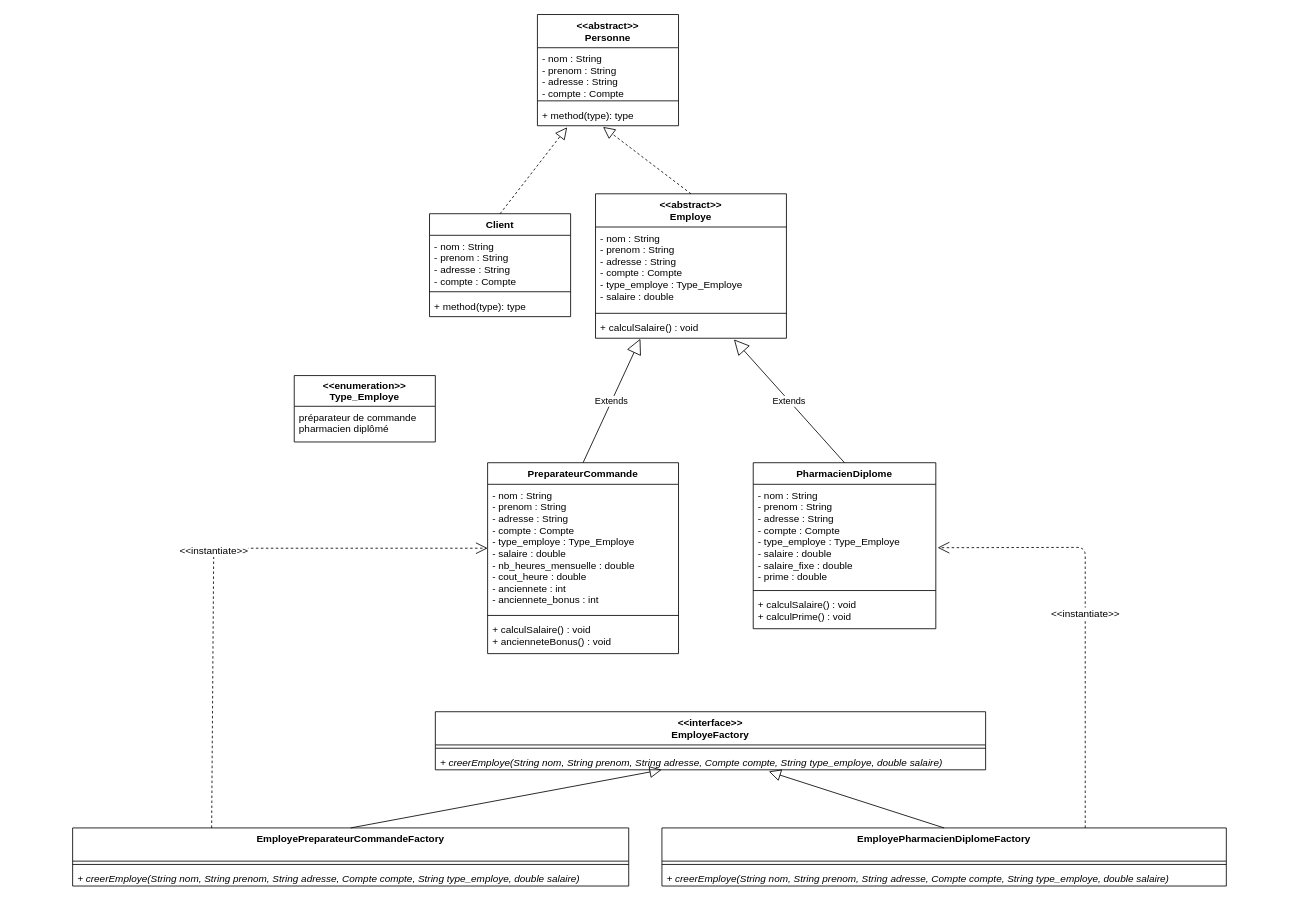
Before: src/diagrams/Personne.drawio in uapv1705019/Projet-Design-Pattern-Avance, a draw.io diagram. Source tidied: cells renumbered, new cells numbered last; positions are measured from the earlier drawing's top-left corner, leaving out a move shared by most shapes. Both pictures are drawn from the tidied source at 83%, with x=0, y=0 at pixel (72, 14).
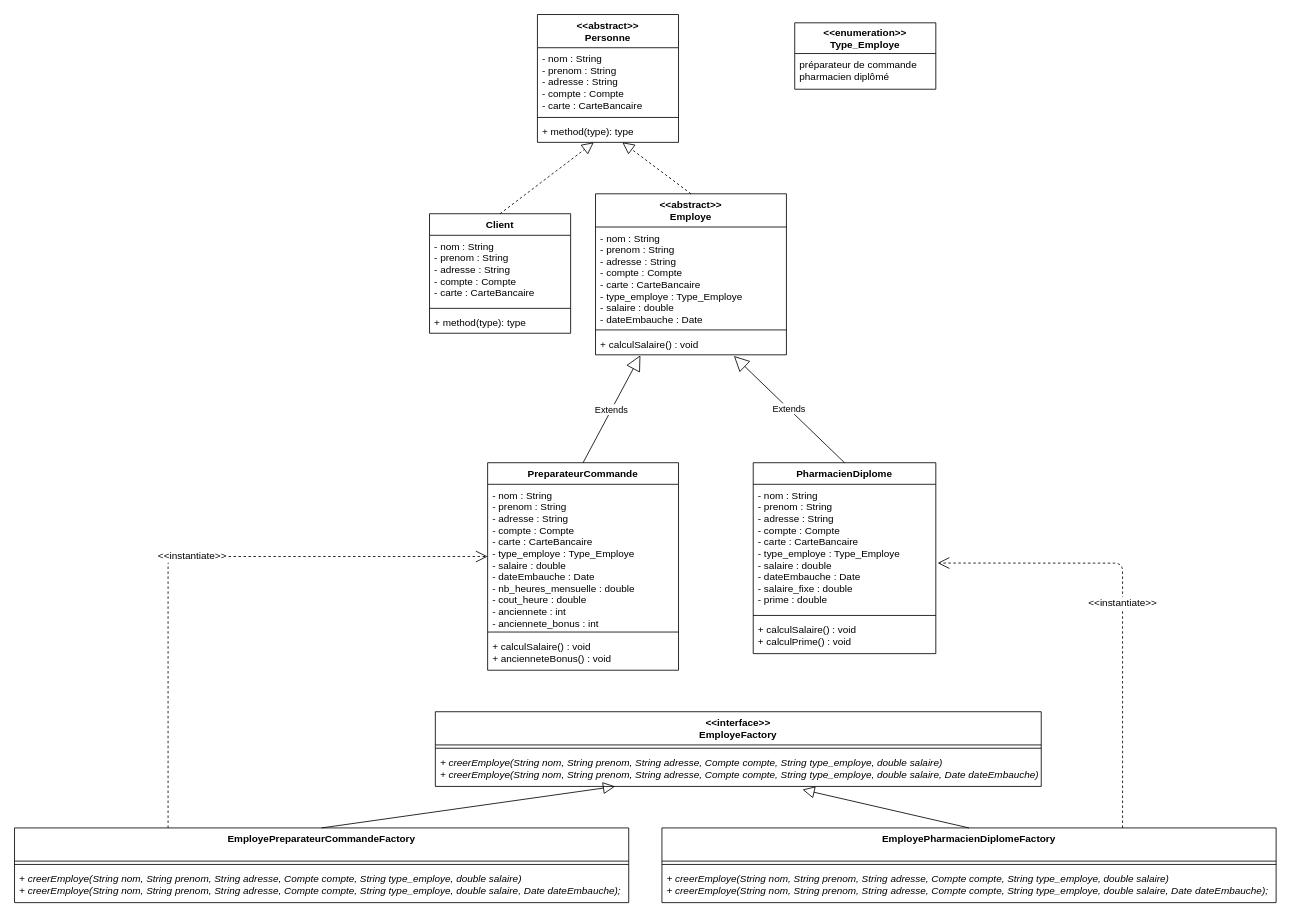
After the change.

Commit message (it also covers changes not shown here):
updated UML diagrams

The edit, as a diff of the source:
```diff
@@
     <mxCell id="2" value="&lt;&lt;abstract&gt;&gt;&#10;Personne" style="swimlane;fontStyle=1;align=center;verticalAlign=top;horizontal=1;startSize=40;" parent="1" vertex="1">
-      <mxGeometry x="560" width="170" height="134" as="geometry" />
+      <mxGeometry x="560" width="170" height="154" as="geometry" />
     </mxCell>
-    <mxCell id="3" value="- nom : String&#10;- prenom : String&#10;- adresse : String&#10;- compte : Compte&#10;" style="text;strokeColor=none;fillColor=none;align=left;verticalAlign=top;spacingLeft=4;spacingRight=4;overflow=hidden;" parent="2" vertex="1">
-      <mxGeometry y="40" width="170" height="60" as="geometry" />
+    <mxCell id="3" value="- nom : String&#10;- prenom : String&#10;- adresse : String&#10;- compte : Compte&#10;- carte : CarteBancaire&#10;" style="text;strokeColor=none;fillColor=none;align=left;verticalAlign=top;spacingLeft=4;spacingRight=4;overflow=hidden;" parent="2" vertex="1">
+      <mxGeometry y="40" width="170" height="80" as="geometry" />
     </mxCell>
     <mxCell id="4" style="line;strokeWidth=1;fillColor=none;align=left;verticalAlign=middle;spacingTop=-1;spacingLeft=3;spacingRight=3;labelPosition=right;" parent="2" vertex="1">
-      <mxGeometry y="100" width="170" height="8" as="geometry" />
+      <mxGeometry y="120" width="170" height="8" as="geometry" />
     </mxCell>
     <mxCell id="5" value="+ method(type): type" style="text;strokeColor=none;fillColor=none;align=left;verticalAlign=top;spacingLeft=4;spacingRight=4;overflow=hidden;points=[[0,0.5],[1,0.5]];portConstraint=eastwest;" parent="2" vertex="1">
-      <mxGeometry y="108" width="170" height="26" as="geometry" />
+      <mxGeometry y="128" width="170" height="26" as="geometry" />
     </mxCell>
     <mxCell id="6" value="&lt;&lt;abstract&gt;&gt;&#10;Employe" style="swimlane;fontStyle=1;align=center;verticalAlign=top;horizontal=1;startSize=40;" parent="1" vertex="1">
-      <mxGeometry x="630" y="216" width="230" height="174" as="geometry" />
+      <mxGeometry x="630" y="216" width="230" height="194" as="geometry" />
     </mxCell>
-    <mxCell id="7" value="- nom : String&#10;- prenom : String&#10;- adresse : String&#10;- compte : Compte&#10;- type_employe : Type_Employe&#10;- salaire : double" style="text;strokeColor=none;fillColor=none;align=left;verticalAlign=top;spacingLeft=4;spacingRight=4;overflow=hidden;" parent="6" vertex="1">
-      <mxGeometry y="40" width="230" height="100" as="geometry" />
+    <mxCell id="7" value="- nom : String&#10;- prenom : String&#10;- adresse : String&#10;- compte : Compte&#10;- carte : CarteBancaire&#10;- type_employe : Type_Employe&#10;- salaire : double&#10;- dateEmbauche : Date" style="text;strokeColor=none;fillColor=none;align=left;verticalAlign=top;spacingLeft=4;spacingRight=4;overflow=hidden;" parent="6" vertex="1">
+      <mxGeometry y="40" width="230" height="120" as="geometry" />
     </mxCell>
     <mxCell id="8" style="line;strokeWidth=1;fillColor=none;align=left;verticalAlign=middle;spacingTop=-1;spacingLeft=3;spacingRight=3;labelPosition=right;" parent="6" vertex="1">
-      <mxGeometry y="140" width="230" height="8" as="geometry" />
+      <mxGeometry y="160" width="230" height="8" as="geometry" />
     </mxCell>
     <mxCell id="9" value="+ calculSalaire() : void" style="text;strokeColor=none;fillColor=none;align=left;verticalAlign=top;spacingLeft=4;spacingRight=4;overflow=hidden;points=[[0,0.5],[1,0.5]];portConstraint=eastwest;" parent="6" vertex="1">
-      <mxGeometry y="148" width="230" height="26" as="geometry" />
+      <mxGeometry y="168" width="230" height="26" as="geometry" />
     </mxCell>
     <mxCell id="10" value="PharmacienDiplome" style="swimlane;fontStyle=1;align=center;verticalAlign=top;horizontal=1;startSize=26;" parent="1" vertex="1">
-      <mxGeometry x="820" y="540" width="220" height="200" as="geometry" />
+      <mxGeometry x="820" y="540" width="220" height="230" as="geometry" />
     </mxCell>
-    <mxCell id="11" value="- nom : String&#10;- prenom : String&#10;- adresse : String&#10;- compte : Compte&#10;- type_employe : Type_Employe&#10;- salaire : double&#10;- salaire_fixe : double&#10;- prime : double" style="text;strokeColor=none;fillColor=none;align=left;verticalAlign=top;spacingLeft=4;spacingRight=4;overflow=hidden;points=[[0,0.5],[1,0.5]];portConstraint=eastwest;" parent="10" vertex="1">
-      <mxGeometry y="26" width="220" height="124" as="geometry" />
+    <mxCell id="11" value="- nom : String&#10;- prenom : String&#10;- adresse : String&#10;- compte : Compte&#10;- carte : CarteBancaire&#10;- type_employe : Type_Employe&#10;- salaire : double&#10;- dateEmbauche : Date&#10;- salaire_fixe : double&#10;- prime : double" style="text;strokeColor=none;fillColor=none;align=left;verticalAlign=top;spacingLeft=4;spacingRight=4;overflow=hidden;points=[[0,0.5],[1,0.5]];portConstraint=eastwest;" parent="10" vertex="1">
+      <mxGeometry y="26" width="220" height="154" as="geometry" />
     </mxCell>
     <mxCell id="12" style="line;strokeWidth=1;fillColor=none;align=left;verticalAlign=middle;spacingTop=-1;spacingLeft=3;spacingRight=3;labelPosition=right;" parent="10" vertex="1">
-      <mxGeometry y="150" width="220" height="8" as="geometry" />
+      <mxGeometry y="180" width="220" height="8" as="geometry" />
     </mxCell>
     <mxCell id="13" value="+ calculSalaire() : void&#10;+ calculPrime() : void" style="text;strokeColor=none;fillColor=none;align=left;verticalAlign=top;spacingLeft=4;spacingRight=4;overflow=hidden;" parent="10" vertex="1">
-      <mxGeometry y="158" width="220" height="42" as="geometry" />
+      <mxGeometry y="188" width="220" height="42" as="geometry" />
     </mxCell>
     <mxCell id="14" value="PreparateurCommande" style="swimlane;fontStyle=1;align=center;verticalAlign=top;horizontal=1;startSize=26;" parent="1" vertex="1">
-      <mxGeometry x="500" y="540" width="230" height="230" as="geometry" />
+      <mxGeometry x="500" y="540" width="230" height="250" as="geometry" />
     </mxCell>
-    <mxCell id="15" value="- nom : String&#10;- prenom : String&#10;- adresse : String&#10;- compte : Compte&#10;- type_employe : Type_Employe&#10;- salaire : double&#10;- nb_heures_mensuelle : double&#10;- cout_heure : double&#10;- anciennete : int&#10;- anciennete_bonus : int" style="text;strokeColor=none;fillColor=none;align=left;verticalAlign=top;spacingLeft=4;spacingRight=4;overflow=hidden;points=[[0,0.5],[1,0.5]];portConstraint=eastwest;" parent="14" vertex="1">
-      <mxGeometry y="26" width="230" height="154" as="geometry" />
+    <mxCell id="15" value="- nom : String&#10;- prenom : String&#10;- adresse : String&#10;- compte : Compte&#10;- carte : CarteBancaire&#10;- type_employe : Type_Employe&#10;- salaire : double&#10;- dateEmbauche : Date&#10;- nb_heures_mensuelle : double&#10;- cout_heure : double&#10;- anciennete : int&#10;- anciennete_bonus : int" style="text;strokeColor=none;fillColor=none;align=left;verticalAlign=top;spacingLeft=4;spacingRight=4;overflow=hidden;points=[[0,0.5],[1,0.5]];portConstraint=eastwest;" parent="14" vertex="1">
+      <mxGeometry y="26" width="230" height="174" as="geometry" />
     </mxCell>
     <mxCell id="16" style="line;strokeWidth=1;fillColor=none;align=left;verticalAlign=middle;spacingTop=-1;spacingLeft=3;spacingRight=3;labelPosition=right;" parent="14" vertex="1">
-      <mxGeometry y="180" width="230" height="8" as="geometry" />
+      <mxGeometry y="200" width="230" height="8" as="geometry" />
     </mxCell>
     <mxCell id="17" value="+ calculSalaire() : void&#10;+ ancienneteBonus() : void" style="text;strokeColor=none;fillColor=none;align=left;verticalAlign=top;spacingLeft=4;spacingRight=4;overflow=hidden;" parent="14" vertex="1">
-      <mxGeometry y="188" width="230" height="42" as="geometry" />
+      <mxGeometry y="208" width="230" height="42" as="geometry" />
     </mxCell>
@@
-    <mxCell id="20" style="endArrow=block;dashed=1;endFill=0;endSize=12;html=1;exitX=0.5;exitY=0;exitDx=0;exitDy=0;entryX=0.465;entryY=1.054;entryDx=0;entryDy=0;entryPerimeter=0;" parent="1" edge="1" source="6" target="5">
+    <mxCell id="20" style="endArrow=block;dashed=1;endFill=0;endSize=12;html=1;exitX=0.5;exitY=0;exitDx=0;exitDy=0;" parent="1" edge="1" source="6" target="5">
       <mxGeometry relative="1" as="geometry" />
     </mxCell>
     <mxCell id="21" value="&lt;&lt;enumeration&gt;&gt;&#10;Type_Employe" style="swimlane;fontStyle=1;horizontal=1;startSize=37;fillColor=none;" parent="1" vertex="1">
-      <mxGeometry x="267" y="435" width="170" height="80" as="geometry" />
+      <mxGeometry x="870" y="10" width="170" height="80" as="geometry" />
     </mxCell>
@@
     <mxCell id="23" value="Client" style="swimlane;fontStyle=1;align=center;verticalAlign=top;horizontal=1;startSize=26;" parent="1" vertex="1">
-      <mxGeometry x="430" y="240" width="170" height="124" as="geometry" />
+      <mxGeometry x="430" y="240" width="170" height="144" as="geometry" />
     </mxCell>
-    <mxCell id="24" value="- nom : String&#10;- prenom : String&#10;- adresse : String&#10;- compte : Compte" style="text;strokeColor=none;fillColor=none;align=left;verticalAlign=top;spacingLeft=4;spacingRight=4;overflow=hidden;" parent="23" vertex="1">
-      <mxGeometry y="26" width="170" height="64" as="geometry" />
+    <mxCell id="24" value="- nom : String&#10;- prenom : String&#10;- adresse : String&#10;- compte : Compte&#10;- carte : CarteBancaire&#10;" style="text;strokeColor=none;fillColor=none;align=left;verticalAlign=top;spacingLeft=4;spacingRight=4;overflow=hidden;" parent="23" vertex="1">
+      <mxGeometry y="26" width="170" height="84" as="geometry" />
     </mxCell>
     <mxCell id="25" style="line;strokeWidth=1;fillColor=none;align=left;verticalAlign=middle;spacingTop=-1;spacingLeft=3;spacingRight=3;labelPosition=right;" parent="23" vertex="1">
-      <mxGeometry y="90" width="170" height="8" as="geometry" />
+      <mxGeometry y="110" width="170" height="8" as="geometry" />
     </mxCell>
     <mxCell id="26" value="+ method(type): type" style="text;strokeColor=none;fillColor=none;align=left;verticalAlign=top;spacingLeft=4;spacingRight=4;overflow=hidden;" parent="23" vertex="1">
-      <mxGeometry y="98" width="170" height="26" as="geometry" />
+      <mxGeometry y="118" width="170" height="26" as="geometry" />
     </mxCell>
-    <mxCell id="27" style="endArrow=block;dashed=1;endFill=0;endSize=12;html=1;exitX=0.5;exitY=0;exitDx=0;exitDy=0;entryX=0.211;entryY=1.069;entryDx=0;entryDy=0;entryPerimeter=0;" parent="1" edge="1" source="23" target="5">
+    <mxCell id="27" style="endArrow=block;dashed=1;endFill=0;endSize=12;html=1;exitX=0.5;exitY=0;exitDx=0;exitDy=0;" parent="1" edge="1" source="23" target="5">
       <mxGeometry relative="1" as="geometry" />
     </mxCell>
     <mxCell id="28" value="&lt;&lt;interface&gt;&gt;&#10;EmployeFactory" style="swimlane;fontStyle=1;align=center;verticalAlign=top;horizontal=1;startSize=40;fontSize=12;" parent="1" vertex="1">
-      <mxGeometry x="437" y="840" width="663" height="70" as="geometry" />
+      <mxGeometry x="437" y="840" width="730" height="90" as="geometry" />
     </mxCell>
     <mxCell id="29" style="line;strokeWidth=1;fillColor=none;align=left;verticalAlign=middle;spacingTop=-1;spacingLeft=3;spacingRight=3;labelPosition=right;" parent="28" vertex="1">
-      <mxGeometry y="40" width="663" height="8" as="geometry" />
+      <mxGeometry y="40" width="730" height="8" as="geometry" />
     </mxCell>
-    <mxCell id="30" value="+ creerEmploye(String nom, String prenom, String adresse, Compte compte, String type_employe, double salaire)" style="text;strokeColor=none;fillColor=none;align=left;verticalAlign=top;spacingLeft=4;spacingRight=4;overflow=hidden;points=[[0,0.5],[1,0.5]];portConstraint=eastwest;fontStyle=2;" parent="28" vertex="1">
-      <mxGeometry y="48" width="663" height="22" as="geometry" />
+    <mxCell id="30" value="+ creerEmploye(String nom, String prenom, String adresse, Compte compte, String type_employe, double salaire)&#10;+ creerEmploye(String nom, String prenom, String adresse, Compte compte, String type_employe, double salaire, Date dateEmbauche);" style="text;strokeColor=none;fillColor=none;align=left;verticalAlign=top;spacingLeft=4;spacingRight=4;overflow=hidden;points=[[0,0.5],[1,0.5]];portConstraint=eastwest;fontStyle=2;" parent="28" vertex="1">
+      <mxGeometry y="48" width="730" height="42" as="geometry" />
     </mxCell>
     <mxCell id="31" value="EmployePreparateurCommandeFactory" style="swimlane;fontStyle=1;align=center;verticalAlign=top;horizontal=1;startSize=40;fontSize=12;" parent="1" vertex="1">
-      <mxGeometry y="980" width="670" height="70" as="geometry" />
+      <mxGeometry x="-70" y="980" width="740" height="90" as="geometry" />
     </mxCell>
     <mxCell id="32" style="line;strokeWidth=1;fillColor=none;align=left;verticalAlign=middle;spacingTop=-1;spacingLeft=3;spacingRight=3;labelPosition=right;" parent="31" vertex="1">
-      <mxGeometry y="40" width="670" height="8" as="geometry" />
+      <mxGeometry y="40" width="740" height="8" as="geometry" />
     </mxCell>
-    <mxCell id="33" value="+ creerEmploye(String nom, String prenom, String adresse, Compte compte, String type_employe, double salaire)" style="text;strokeColor=none;fillColor=none;align=left;verticalAlign=top;spacingLeft=4;spacingRight=4;overflow=hidden;fontStyle=2;" parent="31" vertex="1">
-      <mxGeometry y="48" width="670" height="22" as="geometry" />
+    <mxCell id="33" value="+ creerEmploye(String nom, String prenom, String adresse, Compte compte, String type_employe, double salaire)&#10;+ creerEmploye(String nom, String prenom, String adresse, Compte compte, String type_employe, double salaire, Date dateEmbauche);" style="text;strokeColor=none;fillColor=none;align=left;verticalAlign=top;spacingLeft=4;spacingRight=4;overflow=hidden;fontStyle=2;" parent="31" vertex="1">
+      <mxGeometry y="48" width="740" height="42" as="geometry" />
     </mxCell>
     <mxCell id="34" value="EmployePharmacienDiplomeFactory" style="swimlane;fontStyle=1;align=center;verticalAlign=top;horizontal=1;startSize=40;fontSize=12;" parent="1" vertex="1">
-      <mxGeometry x="710" y="980" width="680" height="70" as="geometry" />
+      <mxGeometry x="710" y="980" width="740" height="90" as="geometry" />
     </mxCell>
     <mxCell id="35" style="line;strokeWidth=1;fillColor=none;align=left;verticalAlign=middle;spacingTop=-1;spacingLeft=3;spacingRight=3;labelPosition=right;" parent="34" vertex="1">
-      <mxGeometry y="40" width="680" height="8" as="geometry" />
+      <mxGeometry y="40" width="740" height="8" as="geometry" />
     </mxCell>
-    <mxCell id="36" value="+ creerEmploye(String nom, String prenom, String adresse, Compte compte, String type_employe, double salaire)" style="text;strokeColor=none;fillColor=none;align=left;verticalAlign=top;spacingLeft=4;spacingRight=4;overflow=hidden;fontStyle=2;" parent="34" vertex="1">
-      <mxGeometry y="48" width="680" height="22" as="geometry" />
+    <mxCell id="36" value="+ creerEmploye(String nom, String prenom, String adresse, Compte compte, String type_employe, double salaire)&#10;+ creerEmploye(String nom, String prenom, String adresse, Compte compte, String type_employe, double salaire, Date dateEmbauche);" style="text;strokeColor=none;fillColor=none;align=left;verticalAlign=top;spacingLeft=4;spacingRight=4;overflow=hidden;fontStyle=2;" parent="34" vertex="1">
+      <mxGeometry y="48" width="740" height="42" as="geometry" />
     </mxCell>
@@
     <mxCell id="39" value="&amp;lt;&amp;lt;instantiate&amp;gt;&amp;gt;" style="endArrow=open;endSize=12;dashed=1;html=1;fontSize=12;exitX=0.25;exitY=0;exitDx=0;exitDy=0;entryX=0;entryY=0.5;entryDx=0;entryDy=0;" parent="1" edge="1" source="31" target="15">
       <mxGeometry relative="1" as="geometry">
         <Array as="points">
-          <mxPoint x="170" y="643" />
+          <mxPoint x="115" y="653" />
         </Array>
       </mxGeometry>
     </mxCell>
     <mxCell id="40" value="&amp;lt;&amp;lt;instantiate&amp;gt;&amp;gt;" style="endArrow=open;endSize=12;dashed=1;html=1;fontSize=12;exitX=0.75;exitY=0;exitDx=0;exitDy=0;entryX=1.01;entryY=0.616;entryDx=0;entryDy=0;entryPerimeter=0;" parent="1" edge="1" source="34" target="11">
       <mxGeometry relative="1" as="geometry">
         <Array as="points">
-          <mxPoint x="1220" y="642" />
+          <mxPoint x="1265" y="661" />
         </Array>
       </mxGeometry>
     </mxCell>
```
